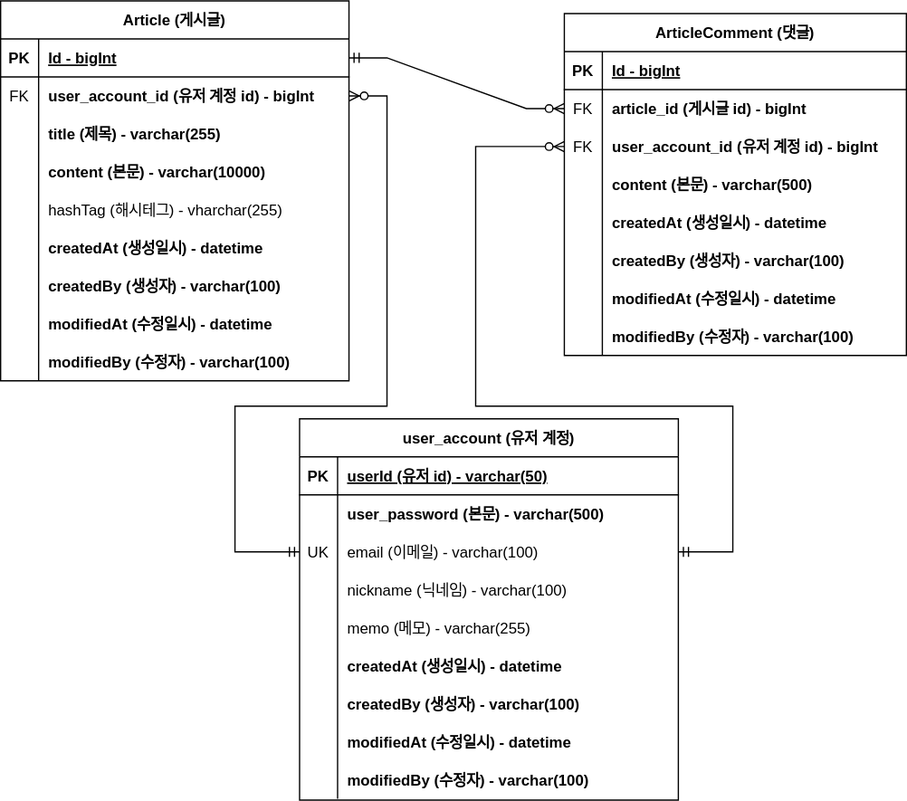
Above: document/project-board-erd.svg in jsc5023/boardProject (draw.io), before the change. Source tidied: cells renumbered, new cells last; positions are measured from the earlier drawing's top-left corner, leaving out a move shared by most shapes.
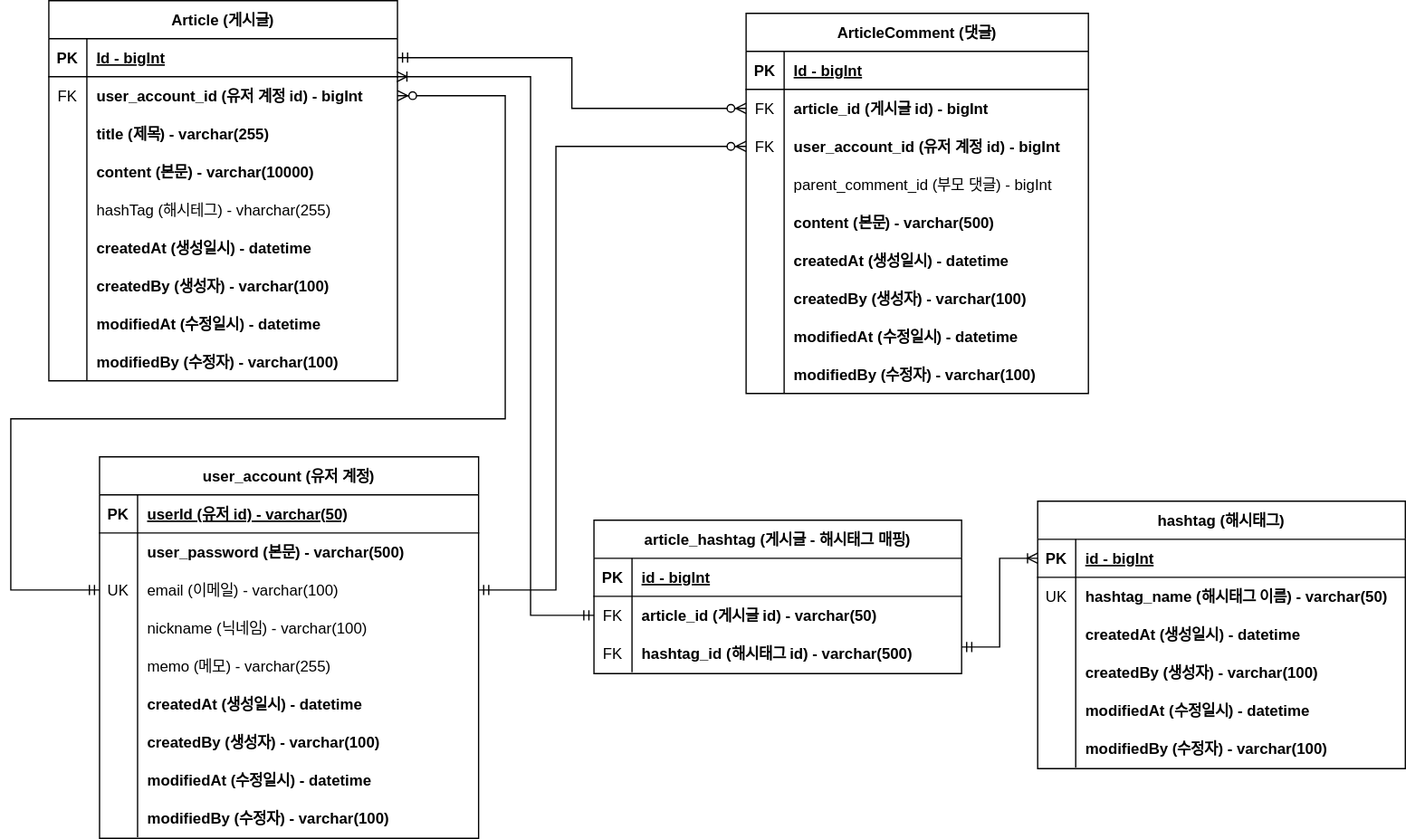
The same diagram one commit later.

Commit message:
#65 - project-board-erd.svg 업데이트 : 대댓글, 해시태그

The edit, as a diff of the source:
```diff
@@ -3,7 +3,7 @@
     <mxCell id="0" />
     <mxCell id="1" parent="0" />
     <mxCell id="2" value="Article (게시글)" style="shape=table;startSize=30;rowLines=0;fontStyle=1;align=center;" parent="1" vertex="1">
-      <mxGeometry width="275" height="300" as="geometry" />
+      <mxGeometry x="-315" y="-30" width="275" height="300" as="geometry" />
     </mxCell>
     <mxCell id="3" style="shape=tableRow;horizontal=0;startSize=0;swimlaneHead=0;swimlaneBody=0;fillColor=none;points=[[0,0.5],[1,0.5]];portConstraint=eastwest;top=0;left=0;right=0;bottom=1;" parent="2" vertex="1">
       <mxGeometry y="30" width="275" height="30" as="geometry" />
@@ -87,7 +87,7 @@
       <mxGeometry x="30" width="245" height="30" as="geometry" />
     </mxCell>
     <mxCell id="30" value="ArticleComment (댓글)" style="shape=table;startSize=30;rowLines=0;fontStyle=1;align=center;" parent="1" vertex="1">
-      <mxGeometry x="445" y="10" width="270" height="270" as="geometry" />
+      <mxGeometry x="235" y="-20" width="270" height="300" as="geometry" />
     </mxCell>
     <mxCell id="31" style="shape=tableRow;horizontal=0;startSize=0;swimlaneHead=0;swimlaneBody=0;fillColor=none;top=0;left=0;right=0;bottom=1;" parent="30" vertex="1">
       <mxGeometry y="30" width="270" height="30" as="geometry" />
@@ -116,8 +116,17 @@
     <mxCell id="39" value="user_account_id (유저 계정 id) - bigInt" style="shape=partialRectangle;fillColor=none;top=0;left=0;bottom=0;right=0;align=left;spacingLeft=6;overflow=hidden;fontStyle=1;" parent="37" vertex="1">
       <mxGeometry x="30" width="240" height="30" as="geometry" />
     </mxCell>
+    <mxCell id="86" style="shape=tableRow;horizontal=0;startSize=0;swimlaneHead=0;swimlaneBody=0;fillColor=none;top=0;left=0;right=0;bottom=0;" parent="30" vertex="1">
+      <mxGeometry y="120" width="270" height="30" as="geometry" />
+    </mxCell>
+    <mxCell id="87" style="shape=partialRectangle;fillColor=none;top=0;left=0;bottom=0;right=0;overflow=hidden;" parent="86" vertex="1">
+      <mxGeometry width="30" height="30" as="geometry" />
+    </mxCell>
+    <mxCell id="88" value="parent_comment_id (부모 댓글) - bigInt" style="shape=partialRectangle;fillColor=none;top=0;left=0;bottom=0;right=0;align=left;spacingLeft=6;overflow=hidden;fontStyle=0;" parent="86" vertex="1">
+      <mxGeometry x="30" width="240" height="30" as="geometry" />
+    </mxCell>
     <mxCell id="40" style="shape=tableRow;horizontal=0;startSize=0;swimlaneHead=0;swimlaneBody=0;fillColor=none;top=0;left=0;right=0;bottom=0;" parent="30" vertex="1">
-      <mxGeometry y="120" width="270" height="30" as="geometry" />
+      <mxGeometry y="150" width="270" height="30" as="geometry" />
     </mxCell>
     <mxCell id="41" style="shape=partialRectangle;fillColor=none;top=0;left=0;bottom=0;right=0;overflow=hidden;" parent="40" vertex="1">
       <mxGeometry width="30" height="30" as="geometry" />
@@ -126,7 +135,7 @@
       <mxGeometry x="30" width="240" height="30" as="geometry" />
     </mxCell>
     <mxCell id="43" style="shape=tableRow;horizontal=0;startSize=0;swimlaneHead=0;swimlaneBody=0;fillColor=none;top=0;left=0;right=0;bottom=0;" parent="30" vertex="1">
-      <mxGeometry y="150" width="270" height="30" as="geometry" />
+      <mxGeometry y="180" width="270" height="30" as="geometry" />
     </mxCell>
     <mxCell id="44" style="shape=partialRectangle;fillColor=none;top=0;left=0;bottom=0;right=0;overflow=hidden;" parent="43" vertex="1">
       <mxGeometry width="30" height="30" as="geometry" />
@@ -135,7 +144,7 @@
       <mxGeometry x="30" width="240" height="30" as="geometry" />
     </mxCell>
     <mxCell id="46" style="shape=tableRow;horizontal=0;startSize=0;swimlaneHead=0;swimlaneBody=0;fillColor=none;top=0;left=0;right=0;bottom=0;" parent="30" vertex="1">
-      <mxGeometry y="180" width="270" height="30" as="geometry" />
+      <mxGeometry y="210" width="270" height="30" as="geometry" />
     </mxCell>
     <mxCell id="47" style="shape=partialRectangle;fillColor=none;top=0;left=0;bottom=0;right=0;overflow=hidden;" parent="46" vertex="1">
       <mxGeometry width="30" height="30" as="geometry" />
@@ -144,7 +153,7 @@
       <mxGeometry x="30" width="240" height="30" as="geometry" />
     </mxCell>
     <mxCell id="49" style="shape=tableRow;horizontal=0;startSize=0;swimlaneHead=0;swimlaneBody=0;fillColor=none;top=0;left=0;right=0;bottom=0;" parent="30" vertex="1">
-      <mxGeometry y="210" width="270" height="30" as="geometry" />
+      <mxGeometry y="240" width="270" height="30" as="geometry" />
     </mxCell>
     <mxCell id="50" style="shape=partialRectangle;fillColor=none;top=0;left=0;bottom=0;right=0;overflow=hidden;" parent="49" vertex="1">
       <mxGeometry width="30" height="30" as="geometry" />
@@ -153,7 +162,7 @@
       <mxGeometry x="30" width="240" height="30" as="geometry" />
     </mxCell>
     <mxCell id="52" style="shape=tableRow;horizontal=0;startSize=0;swimlaneHead=0;swimlaneBody=0;fillColor=none;top=0;left=0;right=0;bottom=0;" parent="30" vertex="1">
-      <mxGeometry y="240" width="270" height="30" as="geometry" />
+      <mxGeometry y="270" width="270" height="30" as="geometry" />
     </mxCell>
     <mxCell id="53" style="shape=partialRectangle;fillColor=none;top=0;left=0;bottom=0;right=0;overflow=hidden;" parent="52" vertex="1">
       <mxGeometry width="30" height="30" as="geometry" />
@@ -161,11 +170,11 @@
     <mxCell id="54" value="modifiedBy (수정자) - varchar(100)" style="shape=partialRectangle;fillColor=none;top=0;left=0;bottom=0;right=0;align=left;spacingLeft=6;overflow=hidden;fontStyle=1;" parent="52" vertex="1">
       <mxGeometry x="30" width="240" height="30" as="geometry" />
     </mxCell>
-    <mxCell id="55" style="edgeStyle=entityRelationEdgeStyle;fontSize=12;html=1;endArrow=ERzeroToMany;startArrow=ERmandOne;rounded=0;exitX=1;exitY=0.5;exitDx=0;exitDy=0;entryX=0;entryY=0.5;entryDx=0;entryDy=0;" parent="1" edge="1" source="3" target="34">
+    <mxCell id="55" style="edgeStyle=orthogonalEdgeStyle;fontSize=12;html=1;endArrow=ERzeroToMany;startArrow=ERmandOne;rounded=0;exitX=1;exitY=0.5;exitDx=0;exitDy=0;entryX=0;entryY=0.5;entryDx=0;entryDy=0;" parent="1" edge="1" source="3" target="34">
       <mxGeometry relative="1" as="geometry" />
     </mxCell>
     <mxCell id="56" value="user_account (유저 계정)" style="shape=table;startSize=30;rowLines=0;fontStyle=1;align=center;" parent="1" vertex="1">
-      <mxGeometry x="236" y="330" width="299" height="301" as="geometry" />
+      <mxGeometry x="-275" y="330" width="299" height="301" as="geometry" />
     </mxCell>
     <mxCell id="57" style="shape=tableRow;horizontal=0;startSize=0;swimlaneHead=0;swimlaneBody=0;fillColor=none;top=0;left=0;right=0;bottom=1;" parent="56" vertex="1">
       <mxGeometry y="30" width="299" height="30" as="geometry" />
@@ -248,25 +257,127 @@
     <mxCell id="83" value="modifiedBy (수정자) - varchar(100)" style="shape=partialRectangle;fillColor=none;top=0;left=0;bottom=0;right=0;align=left;spacingLeft=6;overflow=hidden;fontStyle=1;" parent="81" vertex="1">
       <mxGeometry x="30" width="269" height="30" as="geometry" />
     </mxCell>
-    <mxCell id="84" style="fontSize=12;html=1;endArrow=ERzeroToMany;startArrow=ERmandOne;rounded=0;fontColor=none;entryX=1;entryY=0.5;entryDx=0;entryDy=0;exitX=0;exitY=0.5;exitDx=0;exitDy=0;edgeStyle=orthogonalEdgeStyle;elbow=vertical;" parent="1" edge="1" source="63" target="6">
+    <mxCell id="84" style="fontSize=12;html=1;endArrow=ERzeroToMany;startArrow=ERmandOne;rounded=0;fontColor=none;entryX=1;entryY=0.5;entryDx=0;entryDy=0;edgeStyle=orthogonalEdgeStyle;elbow=vertical;exitX=0;exitY=0.5;exitDx=0;exitDy=0;" parent="1" edge="1" source="63" target="6">
       <mxGeometry relative="1" as="geometry">
         <Array as="points">
-          <mxPoint x="185" y="435" />
-          <mxPoint x="185" y="320" />
-          <mxPoint x="305" y="320" />
-          <mxPoint x="305" y="75" />
+          <mxPoint x="-345" y="435" />
+          <mxPoint x="-345" y="300" />
+          <mxPoint x="45" y="300" />
+          <mxPoint x="45" y="45" />
         </Array>
       </mxGeometry>
     </mxCell>
     <mxCell id="85" style="fontSize=12;html=1;endArrow=ERzeroToMany;startArrow=ERmandOne;rounded=0;fontColor=none;entryX=0;entryY=0.5;entryDx=0;entryDy=0;exitX=1;exitY=0.5;exitDx=0;exitDy=0;edgeStyle=orthogonalEdgeStyle;elbow=vertical;" parent="1" edge="1" source="63" target="37">
       <mxGeometry relative="1" as="geometry">
         <Array as="points">
-          <mxPoint x="578" y="435" />
-          <mxPoint x="578" y="320" />
-          <mxPoint x="375" y="320" />
-          <mxPoint x="375" y="115" />
+          <mxPoint x="85" y="435" />
+          <mxPoint x="85" y="85" />
         </Array>
       </mxGeometry>
     </mxCell>
+    <mxCell id="89" value="article_hashtag (게시글 - 해시태그 매핑)" style="shape=table;startSize=30;rowLines=0;fontStyle=1;align=center;" parent="1" vertex="1">
+      <mxGeometry x="115" y="380" width="290" height="121" as="geometry" />
+    </mxCell>
+    <mxCell id="90" style="shape=tableRow;horizontal=0;startSize=0;swimlaneHead=0;swimlaneBody=0;fillColor=none;top=0;left=0;right=0;bottom=1;" parent="89" vertex="1">
+      <mxGeometry y="30" width="290" height="30" as="geometry" />
+    </mxCell>
+    <mxCell id="91" value="PK" style="shape=partialRectangle;fillColor=none;top=0;left=0;bottom=0;right=0;fontStyle=1;overflow=hidden;" parent="90" vertex="1">
+      <mxGeometry width="30" height="30" as="geometry" />
+    </mxCell>
+    <mxCell id="92" value="id - bigInt" style="shape=partialRectangle;fillColor=none;top=0;left=0;bottom=0;right=0;align=left;spacingLeft=6;fontStyle=5;overflow=hidden;" parent="90" vertex="1">
+      <mxGeometry x="30" width="260" height="30" as="geometry" />
+    </mxCell>
+    <mxCell id="93" style="shape=tableRow;horizontal=0;startSize=0;swimlaneHead=0;swimlaneBody=0;fillColor=none;points=[[0,0.5],[1,0.5]];portConstraint=eastwest;top=0;left=0;right=0;bottom=0;" parent="89" vertex="1">
+      <mxGeometry y="60" width="290" height="30" as="geometry" />
+    </mxCell>
+    <mxCell id="94" value="FK" style="shape=partialRectangle;fillColor=none;top=0;left=0;bottom=0;right=0;overflow=hidden;" parent="93" vertex="1">
+      <mxGeometry width="30" height="30" as="geometry" />
+    </mxCell>
+    <mxCell id="95" value="article_id (게시글 id) - varchar(50)" style="shape=partialRectangle;fillColor=none;top=0;left=0;bottom=0;right=0;align=left;spacingLeft=6;overflow=hidden;fontStyle=1;" parent="93" vertex="1">
+      <mxGeometry x="30" width="260" height="30" as="geometry" />
+    </mxCell>
+    <mxCell id="96" style="shape=tableRow;horizontal=0;startSize=0;swimlaneHead=0;swimlaneBody=0;fillColor=none;top=0;left=0;right=0;bottom=0;" parent="89" vertex="1">
+      <mxGeometry y="90" width="290" height="30" as="geometry" />
+    </mxCell>
+    <mxCell id="97" value="FK" style="shape=partialRectangle;fillColor=none;top=0;left=0;bottom=0;right=0;overflow=hidden;" parent="96" vertex="1">
+      <mxGeometry width="30" height="30" as="geometry" />
+    </mxCell>
+    <mxCell id="98" value="hashtag_id (해시태그 id) - varchar(500)" style="shape=partialRectangle;fillColor=none;top=0;left=0;bottom=0;right=0;align=left;spacingLeft=6;overflow=hidden;fontStyle=1;" parent="96" vertex="1">
+      <mxGeometry x="30" width="260" height="30" as="geometry" />
+    </mxCell>
+    <mxCell id="99" style="edgeStyle=orthogonalEdgeStyle;fontSize=12;html=1;endArrow=ERoneToMany;startArrow=ERmandOne;rounded=0;exitX=0;exitY=0.5;exitDx=0;exitDy=0;entryX=0.998;entryY=1;entryDx=0;entryDy=0;entryPerimeter=0;" parent="1" edge="1" source="93" target="3">
+      <mxGeometry relative="1" as="geometry">
+        <Array as="points">
+          <mxPoint x="65" y="455" />
+          <mxPoint x="65" y="30" />
+        </Array>
+      </mxGeometry>
+    </mxCell>
+    <mxCell id="100" value="hashtag (해시태그)" style="shape=table;startSize=30;rowLines=0;fontStyle=1;align=center;" parent="1" vertex="1">
+      <mxGeometry x="465" y="365" width="290" height="211" as="geometry" />
+    </mxCell>
+    <mxCell id="101" style="shape=tableRow;horizontal=0;startSize=0;swimlaneHead=0;swimlaneBody=0;fillColor=none;points=[[0,0.5],[1,0.5]];portConstraint=eastwest;top=0;left=0;right=0;bottom=1;" parent="100" vertex="1">
+      <mxGeometry y="30" width="290" height="30" as="geometry" />
+    </mxCell>
+    <mxCell id="102" value="PK" style="shape=partialRectangle;fillColor=none;top=0;left=0;bottom=0;right=0;fontStyle=1;overflow=hidden;" parent="101" vertex="1">
+      <mxGeometry width="30" height="30" as="geometry" />
+    </mxCell>
+    <mxCell id="103" value="id - bigInt" style="shape=partialRectangle;fillColor=none;top=0;left=0;bottom=0;right=0;align=left;spacingLeft=6;fontStyle=5;overflow=hidden;" parent="101" vertex="1">
+      <mxGeometry x="30" width="260" height="30" as="geometry" />
+    </mxCell>
+    <mxCell id="104" style="shape=tableRow;horizontal=0;startSize=0;swimlaneHead=0;swimlaneBody=0;fillColor=none;top=0;left=0;right=0;bottom=0;" parent="100" vertex="1">
+      <mxGeometry y="60" width="290" height="30" as="geometry" />
+    </mxCell>
+    <mxCell id="105" value="UK" style="shape=partialRectangle;fillColor=none;top=0;left=0;bottom=0;right=0;overflow=hidden;" parent="104" vertex="1">
+      <mxGeometry width="30" height="30" as="geometry" />
+    </mxCell>
+    <mxCell id="106" value="hashtag_name (해시태그 이름) - varchar(50)" style="shape=partialRectangle;fillColor=none;top=0;left=0;bottom=0;right=0;align=left;spacingLeft=6;overflow=hidden;fontStyle=1;" parent="104" vertex="1">
+      <mxGeometry x="30" width="260" height="30" as="geometry" />
+    </mxCell>
+    <mxCell id="107" style="shape=tableRow;horizontal=0;startSize=0;swimlaneHead=0;swimlaneBody=0;fillColor=none;top=0;left=0;right=0;bottom=0;" parent="100" vertex="1">
+      <mxGeometry y="90" width="290" height="30" as="geometry" />
+    </mxCell>
+    <mxCell id="108" style="shape=partialRectangle;fillColor=none;top=0;left=0;bottom=0;right=0;overflow=hidden;" parent="107" vertex="1">
+      <mxGeometry width="30" height="30" as="geometry" />
+    </mxCell>
+    <mxCell id="109" value="createdAt (생성일시) - datetime" style="shape=partialRectangle;fillColor=none;top=0;left=0;bottom=0;right=0;align=left;spacingLeft=6;overflow=hidden;fontStyle=1;" parent="107" vertex="1">
+      <mxGeometry x="30" width="260" height="30" as="geometry" />
+    </mxCell>
+    <mxCell id="110" style="shape=tableRow;horizontal=0;startSize=0;swimlaneHead=0;swimlaneBody=0;fillColor=none;top=0;left=0;right=0;bottom=0;" parent="100" vertex="1">
+      <mxGeometry y="120" width="290" height="30" as="geometry" />
+    </mxCell>
+    <mxCell id="111" style="shape=partialRectangle;fillColor=none;top=0;left=0;bottom=0;right=0;overflow=hidden;" parent="110" vertex="1">
+      <mxGeometry width="30" height="30" as="geometry" />
+    </mxCell>
+    <mxCell id="112" value="createdBy (생성자) - varchar(100)" style="shape=partialRectangle;fillColor=none;top=0;left=0;bottom=0;right=0;align=left;spacingLeft=6;overflow=hidden;fontStyle=1;" parent="110" vertex="1">
+      <mxGeometry x="30" width="260" height="30" as="geometry" />
+    </mxCell>
+    <mxCell id="113" style="shape=tableRow;horizontal=0;startSize=0;swimlaneHead=0;swimlaneBody=0;fillColor=none;top=0;left=0;right=0;bottom=0;" parent="100" vertex="1">
+      <mxGeometry y="150" width="290" height="30" as="geometry" />
+    </mxCell>
+    <mxCell id="114" style="shape=partialRectangle;fillColor=none;top=0;left=0;bottom=0;right=0;overflow=hidden;" parent="113" vertex="1">
+      <mxGeometry width="30" height="30" as="geometry" />
+    </mxCell>
+    <mxCell id="115" value="modifiedAt (수정일시) - datetime" style="shape=partialRectangle;fillColor=none;top=0;left=0;bottom=0;right=0;align=left;spacingLeft=6;overflow=hidden;fontStyle=1;" parent="113" vertex="1">
+      <mxGeometry x="30" width="260" height="30" as="geometry" />
+    </mxCell>
+    <mxCell id="116" style="shape=tableRow;horizontal=0;startSize=0;swimlaneHead=0;swimlaneBody=0;fillColor=none;top=0;left=0;right=0;bottom=0;" parent="100" vertex="1">
+      <mxGeometry y="180" width="290" height="30" as="geometry" />
+    </mxCell>
+    <mxCell id="117" style="shape=partialRectangle;fillColor=none;top=0;left=0;bottom=0;right=0;overflow=hidden;" parent="116" vertex="1">
+      <mxGeometry width="30" height="30" as="geometry" />
+    </mxCell>
+    <mxCell id="118" value="modifiedBy (수정자) - varchar(100)" style="shape=partialRectangle;fillColor=none;top=0;left=0;bottom=0;right=0;align=left;spacingLeft=6;overflow=hidden;fontStyle=1;" parent="116" vertex="1">
+      <mxGeometry x="30" width="260" height="30" as="geometry" />
+    </mxCell>
+    <mxCell id="119" style="edgeStyle=orthogonalEdgeStyle;fontSize=12;html=1;endArrow=ERoneToMany;startArrow=ERmandOne;rounded=0;entryX=0;entryY=0.5;entryDx=0;entryDy=0;" parent="1" edge="1" target="101">
+      <mxGeometry relative="1" as="geometry">
+        <mxPoint x="405" y="480" as="sourcePoint" />
+        <Array as="points">
+          <mxPoint x="435" y="480" />
+          <mxPoint x="435" y="410" />
+        </Array>
+      </mxGeometry>
+    </mxCell>
   </root>
 </mxGraphModel>
```
